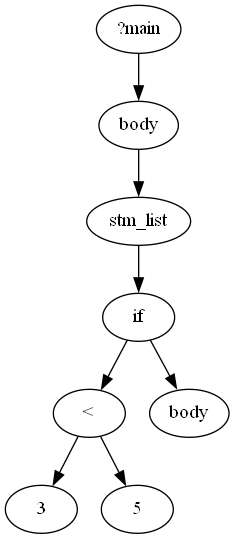
Above: src/printer/images/AST.gv.png in KianBankeLarsen/Compiler (Graphviz), before the change. Its source is kept beside it as src/printer/images/AST.gv.
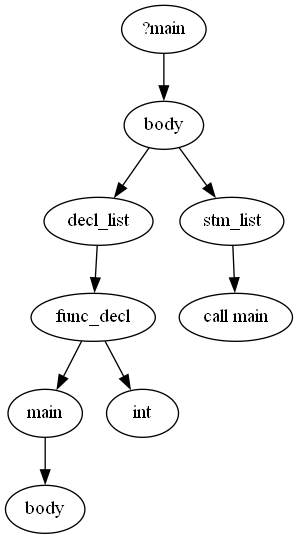
The same file after the commit.

Diff of the diagram source:
```diff
@@ -1,17 +1,19 @@
 digraph AST {
 	0 [label="?main"]
 	1 [label=body]
-	2 [label=stm_list]
-	3 [label=3]
-	4 [label=5]
-	5 [label="<"]
-	5 -> 3
-	5 -> 4
-	6 [label=body]
-	7 [label=if]
-	7 -> 5
-	7 -> 6
-	2 -> 7
-	1 -> 2
+	2 [label=func_decl]
+	3 [label=main]
+	4 [label=body]
+	3 -> 4
+	5 [label=int]
+	2 -> 3
+	2 -> 5
+	6 [label=decl_list]
+	6 -> 2
+	1 -> 6
+	7 [label=stm_list]
+	8 [label="call main"]
+	7 -> 8
+	1 -> 7
 	0 -> 1
 }
```
